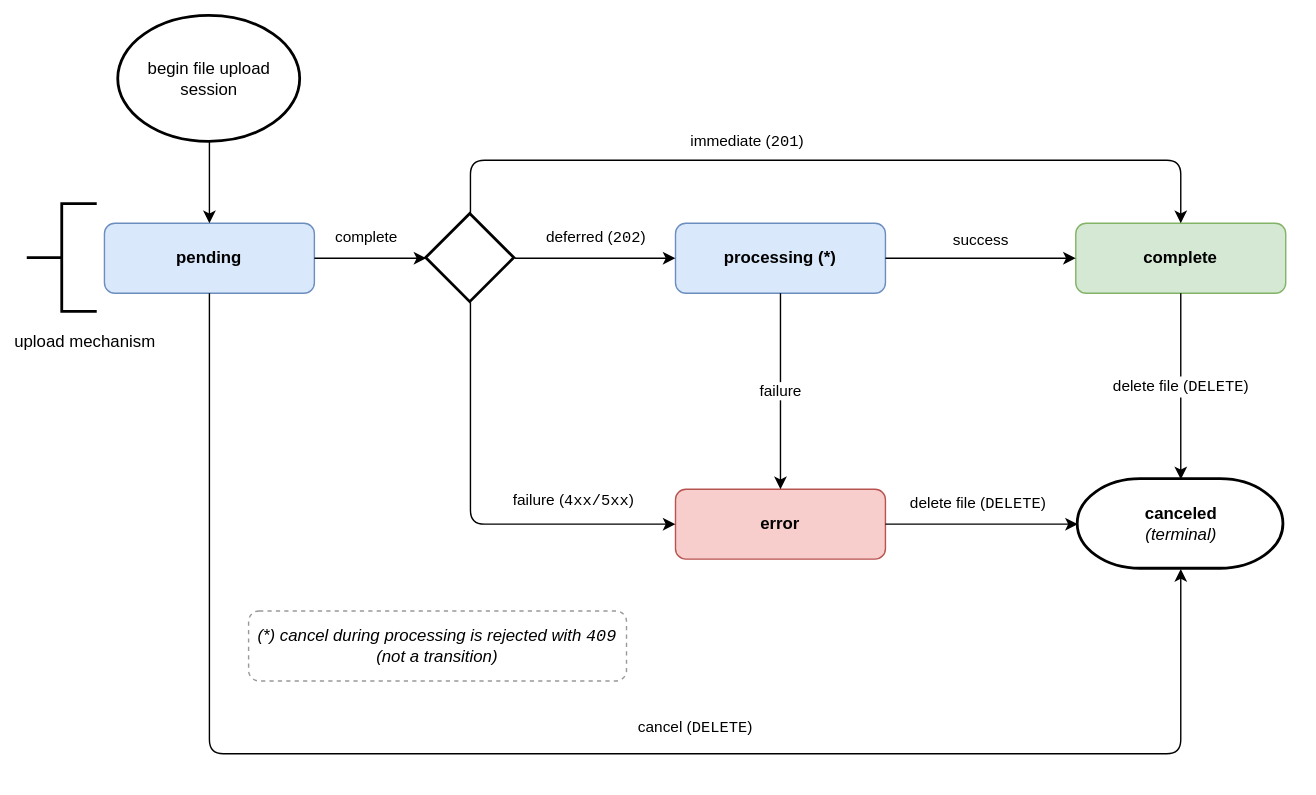
This is peps/pep-0694/file-upload-session-states.drawio.svg from python/peps, a draw.io export, as it was before one commit. Source tidied: cells renumbered, new cells last; positions are measured from the earlier drawing's top-left corner, leaving out a move shared by most shapes.
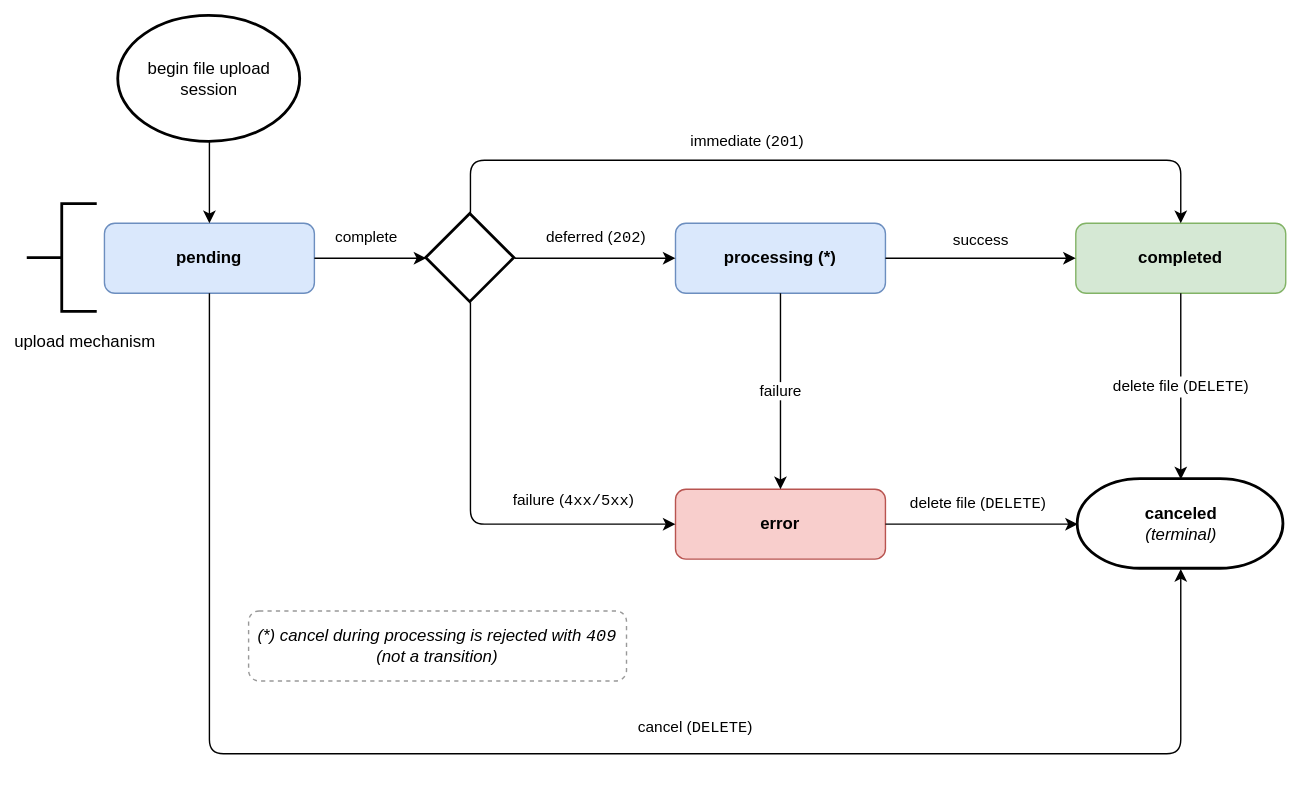
The same file after the commit.

Commit message:
Clarify some gaps in the protocol

What changed in the source:
```diff
@@ -8,7 +8,7 @@
     <mxCell id="3" value="processing (*)" style="rounded=1;whiteSpace=wrap;html=1;fillColor=#DAE8FC;strokeColor=#6C8EBF;fontStyle=1;" parent="1" vertex="1">
       <mxGeometry x="463" y="148" width="150" height="50" as="geometry" />
     </mxCell>
-    <mxCell id="4" value="complete" style="rounded=1;whiteSpace=wrap;html=1;fillColor=#D5E8D4;strokeColor=#82B366;fontStyle=1;" parent="1" vertex="1">
+    <mxCell id="4" value="completed" style="rounded=1;whiteSpace=wrap;html=1;fillColor=#D5E8D4;strokeColor=#82B366;fontStyle=1;" parent="1" vertex="1">
       <mxGeometry x="749" y="148" width="150" height="50" as="geometry" />
     </mxCell>
     <mxCell id="5" value="error" style="rounded=1;whiteSpace=wrap;html=1;fillColor=#F8CECC;strokeColor=#B85450;fontStyle=1;" parent="1" vertex="1">
```
